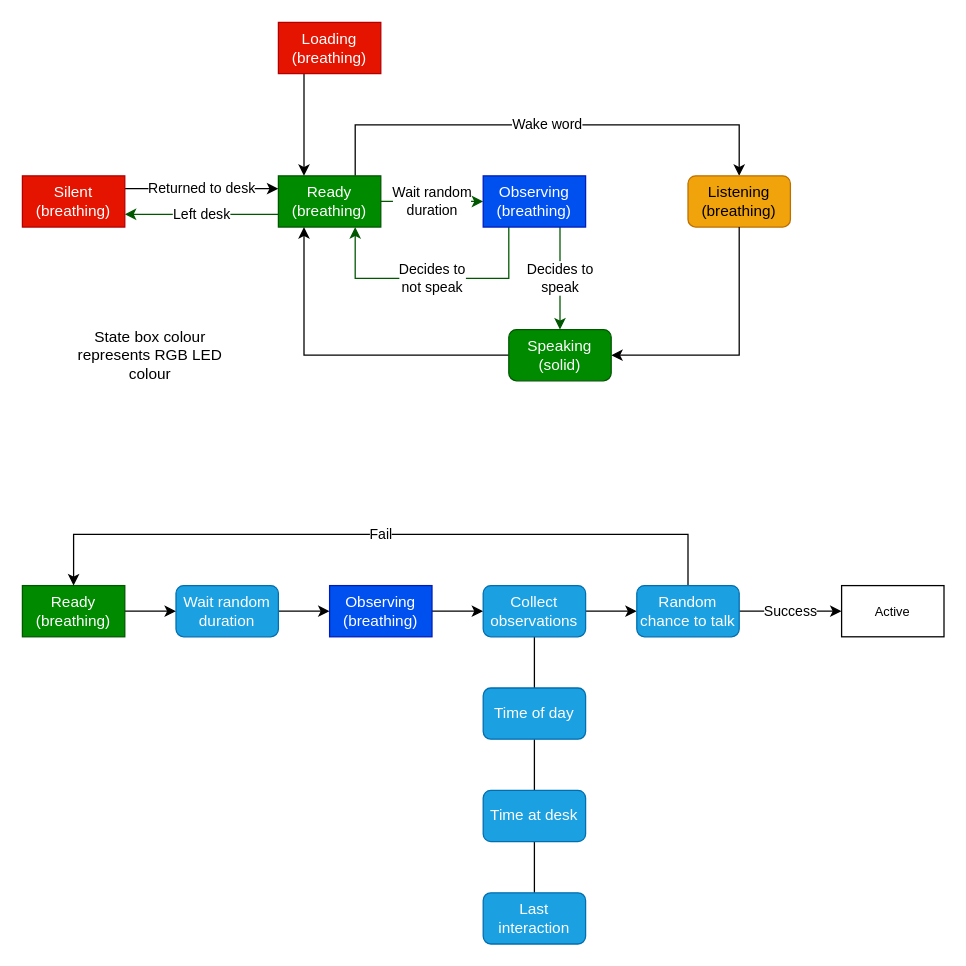
The draw.io diagram page "State Machine" (1 of 2) of docs/diagrams/Pi Bot.drawio in javidahmed64592/pi-bot, before the edit. Source tidied: cells renumbered, new cells numbered last; positions are measured from the earlier drawing's top-left corner, leaving out a move shared by most shapes. Both pictures are drawn from the tidied source at 128%, with x=0, y=0 at pixel (22, 22).
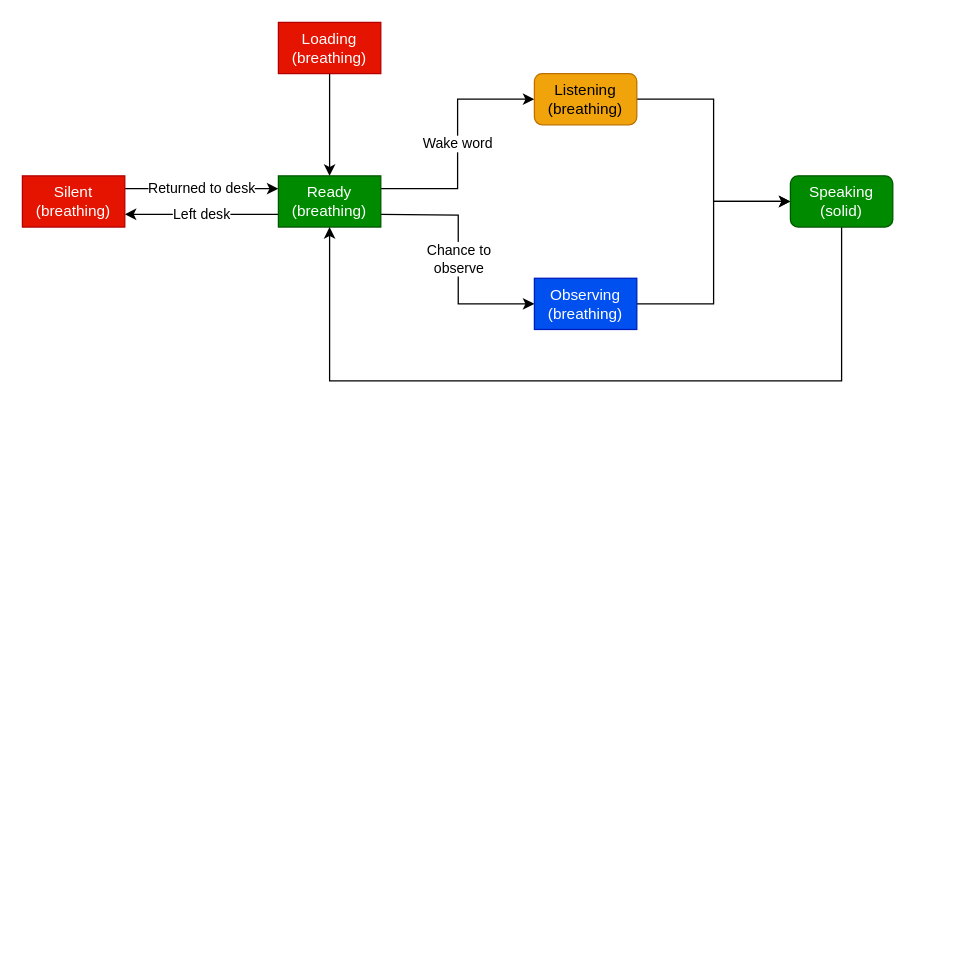
After the change.

Unchanged cells that the change refers to:
```xml
<mxCell id="5" value="Ready&lt;div&gt;(breathing)&lt;/div&gt;" style="rounded=0;whiteSpace=wrap;html=1;fillColor=#008a00;fontColor=#ffffff;strokeColor=#005700;" parent="1" vertex="1">
  <mxGeometry x="200" y="119.9" width="80" height="40" as="geometry" />
</mxCell>
<mxCell id="10" value="Silent&lt;div&gt;(breathing)&lt;/div&gt;" style="rounded=0;whiteSpace=wrap;html=1;fillColor=#e51400;fontColor=#ffffff;strokeColor=#B20000;" parent="1" vertex="1">
  <mxGeometry y="119.9" width="80" height="40" as="geometry" />
</mxCell>
<mxCell id="35" value="Loading&lt;div&gt;(breathing)&lt;/div&gt;" style="rounded=0;whiteSpace=wrap;html=1;fillColor=#e51400;fontColor=#ffffff;strokeColor=#B20000;" parent="1" vertex="1">
  <mxGeometry x="200" width="80" height="40" as="geometry" />
</mxCell>
```

Change to the diagram source:
```diff
@@
-    <mxCell id="2" value="Wait random&lt;div&gt;duration&lt;/div&gt;" style="edgeStyle=orthogonalEdgeStyle;rounded=0;jettySize=auto;html=1;entryX=0;entryY=0.5;entryDx=0;entryDy=0;fillColor=#008a00;strokeColor=#005700;" parent="1" edge="1" source="5" target="8">
-      <mxGeometry relative="1" as="geometry" />
+    <mxCell id="2" value="Chance to&lt;div&gt;observe&lt;/div&gt;" style="edgeStyle=orthogonalEdgeStyle;rounded=0;jettySize=auto;html=1;entryX=0;entryY=0.5;entryDx=0;entryDy=0;" parent="1" edge="1" target="8">
+      <mxGeometry relative="1" as="geometry">
+        <mxPoint x="280" y="150" as="sourcePoint" />
+      </mxGeometry>
     </mxCell>
-    <mxCell id="3" value="Left desk" style="edgeStyle=orthogonalEdgeStyle;rounded=0;jettySize=auto;html=1;exitX=0;exitY=0.75;exitDx=0;exitDy=0;entryX=1;entryY=0.75;entryDx=0;entryDy=0;fillColor=#008a00;strokeColor=#005700;" parent="1" edge="1" source="5" target="10">
+    <mxCell id="3" value="Left desk" style="edgeStyle=orthogonalEdgeStyle;rounded=0;jettySize=auto;html=1;exitX=0;exitY=0.75;exitDx=0;exitDy=0;entryX=1;entryY=0.75;entryDx=0;entryDy=0;" parent="1" edge="1" source="5" target="10">
       <mxGeometry relative="1" as="geometry" />
     </mxCell>
-    <mxCell id="4" value="Wake word" style="edgeStyle=orthogonalEdgeStyle;rounded=0;jettySize=auto;html=1;exitX=0.75;exitY=0;exitDx=0;exitDy=0;entryX=0.5;entryY=0;entryDx=0;entryDy=0;" parent="1" edge="1" source="5" target="11">
-      <mxGeometry relative="1" as="geometry">
-        <Array as="points">
-          <mxPoint x="260" y="80" />
-          <mxPoint x="560" y="80" />
-        </Array>
-      </mxGeometry>
+    <mxCell id="4" value="Wake word" style="edgeStyle=orthogonalEdgeStyle;rounded=0;jettySize=auto;html=1;exitX=1;exitY=0.25;exitDx=0;exitDy=0;entryX=0;entryY=0.5;entryDx=0;entryDy=0;" parent="1" edge="1" source="5" target="11">
+      <mxGeometry relative="1" as="geometry" />
     </mxCell>
@@
-    <mxCell id="6" value="Decides to&lt;div&gt;speak&lt;/div&gt;" style="edgeStyle=orthogonalEdgeStyle;rounded=0;jettySize=auto;html=1;exitX=0.75;exitY=1;exitDx=0;exitDy=0;entryX=0.5;entryY=0;entryDx=0;entryDy=0;fillColor=#008a00;strokeColor=#005700;" parent="1" edge="1" source="8" target="14">
-      <mxGeometry relative="1" as="geometry" />
+    <mxCell id="6" style="edgeStyle=orthogonalEdgeStyle;rounded=0;jettySize=auto;html=1;exitX=1;exitY=0.5;exitDx=0;exitDy=0;entryX=0;entryY=0.5;entryDx=0;entryDy=0;" parent="1" edge="1" source="8" target="14">
+      <mxGeometry relative="1" as="geometry">
+        <Array as="points">
+          <mxPoint x="540" y="220" />
+          <mxPoint x="540" y="140" />
+        </Array>
+      </mxGeometry>
     </mxCell>
-    <mxCell id="7" value="Decides to&lt;div&gt;not speak&lt;/div&gt;" style="edgeStyle=orthogonalEdgeStyle;rounded=0;jettySize=auto;html=1;entryX=0.75;entryY=1;entryDx=0;entryDy=0;fillColor=#008a00;strokeColor=#005700;exitX=0.25;exitY=1;exitDx=0;exitDy=0;" parent="1" edge="1" source="8" target="5">
-      <mxGeometry relative="1" as="geometry">
-        <Array as="points">
-          <mxPoint x="380" y="200" />
-          <mxPoint x="260" y="200" />
-        </Array>
-      </mxGeometry>
-    </mxCell>
     <mxCell id="8" value="Observing&lt;div&gt;(breathing)&lt;/div&gt;" style="rounded=0;whiteSpace=wrap;html=1;fillColor=#0050ef;fontColor=#ffffff;strokeColor=#001DBC;" parent="1" vertex="1">
-      <mxGeometry x="360" y="119.9" width="80" height="40" as="geometry" />
+      <mxGeometry x="400" y="199.9" width="80" height="40" as="geometry" />
     </mxCell>
@@
+    <mxCell id="13" style="edgeStyle=orthogonalEdgeStyle;rounded=0;jettySize=auto;html=1;exitX=1;exitY=0.5;exitDx=0;exitDy=0;entryX=0;entryY=0.5;entryDx=0;entryDy=0;" parent="1" edge="1" source="11" target="14">
+      <mxGeometry relative="1" as="geometry">
+        <Array as="points">
+          <mxPoint x="540" y="60" />
+          <mxPoint x="540" y="140" />
+        </Array>
+      </mxGeometry>
+    </mxCell>
     <mxCell id="11" value="Listening&lt;div&gt;(breathing)&lt;/div&gt;" style="rounded=1;whiteSpace=wrap;html=1;fillColor=#f0a30a;fontColor=#000000;strokeColor=#BD7000;" parent="1" vertex="1">
-      <mxGeometry x="520" y="119.9" width="80" height="40" as="geometry" />
+      <mxGeometry x="400" y="40" width="80" height="40" as="geometry" />
     </mxCell>
-    <mxCell id="12" style="edgeStyle=orthogonalEdgeStyle;rounded=0;jettySize=auto;html=1;entryX=0.25;entryY=1;entryDx=0;entryDy=0;" parent="1" edge="1" source="14" target="5">
-      <mxGeometry relative="1" as="geometry" />
+    <mxCell id="12" style="edgeStyle=orthogonalEdgeStyle;rounded=0;jettySize=auto;html=1;exitX=0.5;exitY=1;exitDx=0;exitDy=0;entryX=0.5;entryY=1;entryDx=0;entryDy=0;" parent="1" edge="1" source="14" target="5">
+      <mxGeometry relative="1" as="geometry">
+        <Array as="points">
+          <mxPoint x="640" y="280" />
+          <mxPoint x="240" y="280" />
+        </Array>
+      </mxGeometry>
     </mxCell>
-    <mxCell id="13" style="edgeStyle=orthogonalEdgeStyle;rounded=0;jettySize=auto;html=1;entryX=1;entryY=0.5;entryDx=0;entryDy=0;exitX=0.5;exitY=1;exitDx=0;exitDy=0;" parent="1" edge="1" source="11" target="14">
-      <mxGeometry relative="1" as="geometry" />
-    </mxCell>
     <mxCell id="14" value="Speaking&lt;div&gt;(solid)&lt;/div&gt;" style="rounded=1;whiteSpace=wrap;html=1;fillColor=#008a00;fontColor=#ffffff;strokeColor=#005700;" parent="1" vertex="1">
-      <mxGeometry x="380" y="240" width="80" height="40" as="geometry" />
+      <mxGeometry x="600" y="119.9" width="80" height="40" as="geometry" />
     </mxCell>
-    <mxCell id="15" value="State box colour represents RGB LED colour" style="text;html=1;whiteSpace=wrap;strokeColor=none;fillColor=none;align=center;verticalAlign=middle;rounded=0;" parent="1" vertex="1">
-      <mxGeometry x="40" y="240" width="120" height="40" as="geometry" />
-    </mxCell>
-    <mxCell id="16" style="edgeStyle=orthogonalEdgeStyle;rounded=0;jettySize=auto;html=1;exitX=1;exitY=0.5;exitDx=0;exitDy=0;entryX=0;entryY=0.5;entryDx=0;entryDy=0;" parent="1" edge="1" source="17" target="24">
-      <mxGeometry relative="1" as="geometry" />
-    </mxCell>
-    <mxCell id="17" value="Observing&lt;div&gt;(breathing)&lt;/div&gt;" style="rounded=0;whiteSpace=wrap;html=1;fillColor=#0050ef;fontColor=#ffffff;strokeColor=#001DBC;" parent="1" vertex="1">
-      <mxGeometry x="240" y="440" width="80" height="40" as="geometry" />
-    </mxCell>
-    <mxCell id="18" style="edgeStyle=orthogonalEdgeStyle;rounded=0;jettySize=auto;html=1;exitX=1;exitY=0.5;exitDx=0;exitDy=0;entryX=0;entryY=0.5;entryDx=0;entryDy=0;" parent="1" edge="1" source="19" target="17">
-      <mxGeometry relative="1" as="geometry" />
-    </mxCell>
-    <mxCell id="19" value="Wait random duration" style="rounded=1;whiteSpace=wrap;html=1;fillColor=#1ba1e2;fontColor=#ffffff;strokeColor=#006EAF;" parent="1" vertex="1">
-      <mxGeometry x="120" y="440" width="80" height="40" as="geometry" />
-    </mxCell>
-    <mxCell id="20" style="edgeStyle=orthogonalEdgeStyle;rounded=0;jettySize=auto;html=1;exitX=1;exitY=0.5;exitDx=0;exitDy=0;entryX=0;entryY=0.5;entryDx=0;entryDy=0;" parent="1" edge="1" source="21" target="19">
-      <mxGeometry relative="1" as="geometry" />
-    </mxCell>
-    <mxCell id="21" value="Ready&lt;div&gt;(breathing)&lt;/div&gt;" style="rounded=0;whiteSpace=wrap;html=1;fillColor=#008a00;fontColor=#ffffff;strokeColor=#005700;" parent="1" vertex="1">
-      <mxGeometry y="440" width="80" height="40" as="geometry" />
-    </mxCell>
-    <mxCell id="22" style="edgeStyle=orthogonalEdgeStyle;rounded=0;jettySize=auto;html=1;exitX=1;exitY=0.5;exitDx=0;exitDy=0;entryX=0;entryY=0.5;entryDx=0;entryDy=0;" parent="1" edge="1" source="24" target="32">
-      <mxGeometry relative="1" as="geometry" />
-    </mxCell>
-    <mxCell id="23" style="edgeStyle=orthogonalEdgeStyle;rounded=0;jettySize=auto;html=1;exitX=0.5;exitY=1;exitDx=0;exitDy=0;entryX=0.5;entryY=0;entryDx=0;entryDy=0;endArrow=none;endFill=0;" parent="1" edge="1" source="24" target="26">
-      <mxGeometry relative="1" as="geometry" />
-    </mxCell>
-    <mxCell id="24" value="Collect observations" style="rounded=1;whiteSpace=wrap;html=1;fillColor=#1ba1e2;fontColor=#ffffff;strokeColor=#006EAF;" parent="1" vertex="1">
-      <mxGeometry x="360" y="440" width="80" height="40" as="geometry" />
-    </mxCell>
-    <mxCell id="25" style="edgeStyle=orthogonalEdgeStyle;rounded=0;jettySize=auto;html=1;exitX=0.5;exitY=1;exitDx=0;exitDy=0;entryX=0.5;entryY=0;entryDx=0;entryDy=0;endArrow=none;endFill=0;" parent="1" edge="1" source="26" target="28">
-      <mxGeometry relative="1" as="geometry" />
-    </mxCell>
-    <mxCell id="26" value="Time of day" style="rounded=1;whiteSpace=wrap;html=1;fillColor=#1ba1e2;fontColor=#ffffff;strokeColor=#006EAF;" parent="1" vertex="1">
-      <mxGeometry x="360" y="520" width="80" height="40" as="geometry" />
-    </mxCell>
-    <mxCell id="27" style="edgeStyle=orthogonalEdgeStyle;rounded=0;jettySize=auto;html=1;exitX=0.5;exitY=1;exitDx=0;exitDy=0;entryX=0.5;entryY=0;entryDx=0;entryDy=0;endArrow=none;endFill=0;" parent="1" edge="1" source="28" target="29">
-      <mxGeometry relative="1" as="geometry" />
-    </mxCell>
-    <mxCell id="28" value="Time at desk" style="rounded=1;whiteSpace=wrap;html=1;fillColor=#1ba1e2;fontColor=#ffffff;strokeColor=#006EAF;" parent="1" vertex="1">
-      <mxGeometry x="360" y="600" width="80" height="40" as="geometry" />
-    </mxCell>
-    <mxCell id="29" value="Last interaction" style="rounded=1;whiteSpace=wrap;html=1;fillColor=#1ba1e2;fontColor=#ffffff;strokeColor=#006EAF;" parent="1" vertex="1">
-      <mxGeometry x="360" y="680" width="80" height="40" as="geometry" />
-    </mxCell>
-    <mxCell id="30" value="Success" style="edgeStyle=orthogonalEdgeStyle;rounded=0;jettySize=auto;html=1;entryX=0;entryY=0.5;entryDx=0;entryDy=0;" parent="1" edge="1" source="32" target="33">
-      <mxGeometry relative="1" as="geometry" />
-    </mxCell>
-    <mxCell id="31" value="Fail" style="edgeStyle=orthogonalEdgeStyle;rounded=0;jettySize=auto;html=1;entryX=0.5;entryY=0;entryDx=0;entryDy=0;" parent="1" edge="1" source="32" target="21">
-      <mxGeometry relative="1" as="geometry">
-        <Array as="points">
-          <mxPoint x="520" y="400" />
-          <mxPoint x="40" y="400" />
-        </Array>
-      </mxGeometry>
-    </mxCell>
-    <mxCell id="32" value="Random chance to talk" style="rounded=1;whiteSpace=wrap;html=1;fillColor=#1ba1e2;fontColor=#ffffff;strokeColor=#006EAF;" parent="1" vertex="1">
-      <mxGeometry x="480" y="440" width="80" height="40" as="geometry" />
-    </mxCell>
-    <mxCell id="33" value="Active" style="rounded=0;whiteSpace=wrap;html=1;fontSize=10;" parent="1" vertex="1">
-      <mxGeometry x="640" y="440" width="80" height="40" as="geometry" />
-    </mxCell>
-    <mxCell id="34" style="edgeStyle=orthogonalEdgeStyle;rounded=0;jettySize=auto;html=1;exitX=0.25;exitY=1;exitDx=0;exitDy=0;entryX=0.25;entryY=0;entryDx=0;entryDy=0;" parent="1" edge="1" source="35" target="5">
+    <mxCell id="34" style="edgeStyle=orthogonalEdgeStyle;rounded=0;jettySize=auto;html=1;exitX=0.5;exitY=1;exitDx=0;exitDy=0;entryX=0.5;entryY=0;entryDx=0;entryDy=0;" parent="1" edge="1" source="35" target="5">
       <mxGeometry relative="1" as="geometry" />
     </mxCell>
```
